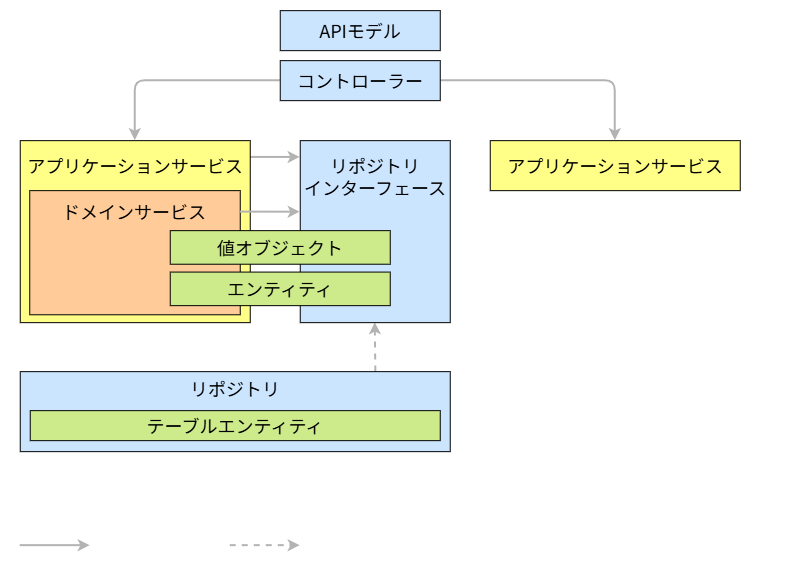
Before: documents/contents/images/app-architecture/client-side-rendering/csr-architecture-dark.png, a diagram exported from draw.io (AlesInfiny/maia). Source tidied: cells renumbered, new cells last; positions are measured from the earlier drawing's top-left corner, leaving out a move shared by most shapes.
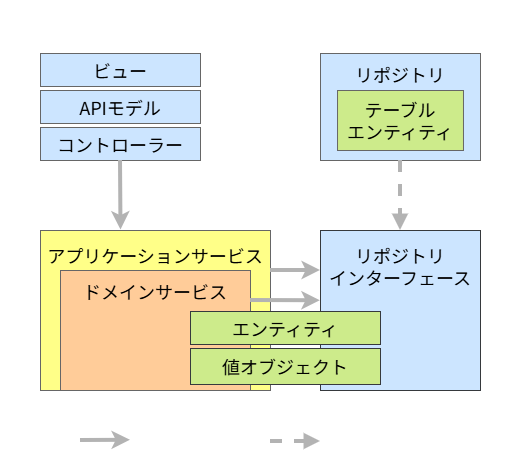
The same diagram one commit later.

The edit, as a diff of the source:
```diff
@@ -2,100 +2,74 @@
   <root>
     <mxCell id="0" />
     <mxCell id="1" parent="0" />
-    <mxCell id="2" value="&lt;font&gt;&lt;span style=&quot;color: rgb(255, 255, 255);&quot;&gt;アプリケーションモジュール A&lt;/span&gt;&lt;br&gt;&lt;/font&gt;" style="rounded=0;whiteSpace=wrap;html=1;fontFamily=Noto Sans JP;fontSize=18;strokeWidth=1;fontSource=https%3A%2F%2Ffonts.googleapis.com%2Fcss%3Ffamily%3DNoto%2BSans%2BJP;fillColor=none;strokeColor=#FFFFFF;spacingTop=8;spacingLeft=0;verticalAlign=bottom;align=center;" parent="1" vertex="1">
-      <mxGeometry y="120" width="470" height="400" as="geometry" />
-    </mxCell>
-    <mxCell id="3" value="&lt;font&gt;&lt;span style=&quot;color: rgb(255, 255, 255);&quot;&gt;アプリケーションモジュール B&lt;/span&gt;&lt;br&gt;&lt;/font&gt;" style="rounded=0;whiteSpace=wrap;html=1;fontFamily=Noto Sans JP;fontSize=18;strokeWidth=1;fontSource=https%3A%2F%2Ffonts.googleapis.com%2Fcss%3Ffamily%3DNoto%2BSans%2BJP;fillColor=none;strokeColor=#FFFFFF;spacingTop=8;spacingLeft=0;verticalAlign=bottom;align=center;" parent="1" vertex="1">
-      <mxGeometry x="480" y="120.6" width="270" height="400" as="geometry" />
-    </mxCell>
-    <mxCell id="4" value="&lt;font style=&quot;color: rgb(255, 255, 255);&quot;&gt;内部構成はアプリケーション&lt;/font&gt;&lt;div&gt;&lt;font style=&quot;color: rgb(255, 255, 255);&quot;&gt;モジュール A と同様&lt;/font&gt;&lt;/div&gt;" style="text;html=1;strokeColor=none;fillColor=none;align=center;verticalAlign=middle;whiteSpace=wrap;rounded=0;fontFamily=Noto Sans JP;fontSize=18;fontColor=#000000;" parent="1" vertex="1">
-      <mxGeometry x="485" y="285" width="260" height="80" as="geometry" />
-    </mxCell>
-    <mxCell id="5" value="&lt;span style=&quot;color: rgb(255, 255, 255);&quot;&gt;…&lt;/span&gt;" style="text;html=1;strokeColor=none;fillColor=none;align=center;verticalAlign=middle;whiteSpace=wrap;rounded=0;fontFamily=Noto Sans JP;fontSize=28;fontColor=#000000;" parent="1" vertex="1">
-      <mxGeometry x="760" y="295" width="40" height="60" as="geometry" />
-    </mxCell>
-    <mxCell id="6" value="&lt;font&gt;&lt;span style=&quot;color: rgb(255, 255, 255);&quot;&gt;アプリケーションコア層&lt;/span&gt;&lt;br&gt;&lt;/font&gt;" style="rounded=0;whiteSpace=wrap;html=1;fontFamily=Noto Sans JP;fontSize=18;strokeWidth=1;fontSource=https%3A%2F%2Ffonts.googleapis.com%2Fcss%3Ffamily%3DNoto%2BSans%2BJP;fillColor=none;strokeColor=#FFFFFF;spacingTop=8;verticalAlign=bottom;align=left;spacingLeft=8;" parent="1" vertex="1">
-      <mxGeometry x="10" y="130" width="450" height="220" as="geometry" />
+    <mxCell id="6" value="&lt;font&gt;&lt;span style=&quot;color: rgb(255, 255, 255);&quot;&gt;アプリケーションコア層&lt;/span&gt;&lt;br&gt;&lt;/font&gt;" style="rounded=0;whiteSpace=wrap;html=1;fontFamily=Noto Sans JP;fontSize=18;strokeWidth=1;fontSource=https%3A%2F%2Ffonts.googleapis.com%2Fcss%3Ffamily%3DNoto%2BSans%2BJP;fillColor=none;strokeColor=#FFFFFF;spacingTop=8;verticalAlign=top;fontColor=#FFFFFF;" parent="1" vertex="1">
+      <mxGeometry x="70" y="400" width="520" height="220" as="geometry" />
     </mxCell>
-    <mxCell id="7" style="edgeStyle=none;html=1;strokeColor=#B3B3B3;strokeWidth=2;" parent="1" edge="1">
-      <mxGeometry relative="1" as="geometry">
-        <mxPoint x="250" y="156.8" as="sourcePoint" />
-        <mxPoint x="300" y="156.8" as="targetPoint" />
-      </mxGeometry>
-    </mxCell>
-    <mxCell id="8" value="&lt;div&gt;&lt;font color=&quot;#000000&quot;&gt;アプリケーションサービス&lt;/font&gt;&lt;/div&gt;" style="rounded=0;whiteSpace=wrap;html=1;fontFamily=Noto Sans JP;fontSize=18;fillColor=#ffff88;strokeColor=#000000;strokeWidth=1;spacingLeft=0;fontSource=https%3A%2F%2Ffonts.googleapis.com%2Fcss%3Ffamily%3DNoto%2BSans%2BJP;align=center;verticalAlign=top;spacingTop=8;" parent="1" vertex="1">
-      <mxGeometry x="20" y="140" width="230" height="182" as="geometry" />
-    </mxCell>
+    <mxCell id="28" value="&lt;div&gt;&lt;font color=&quot;#000000&quot;&gt;アプリケーションサービス&lt;/font&gt;&lt;/div&gt;" style="rounded=0;whiteSpace=wrap;html=1;fontFamily=Noto Sans JP;fontSize=18;fillColor=#ffff88;strokeColor=#666666;strokeWidth=1;spacingLeft=0;fontSource=https%3A%2F%2Ffonts.googleapis.com%2Fcss%3Ffamily%3DNoto%2BSans%2BJP;align=center;verticalAlign=top;spacingTop=8;" parent="1" vertex="1">
+      <mxGeometry x="110" y="440" width="230" height="160" as="geometry" />
+    </mxCell>
-    <mxCell id="9" value="&lt;font&gt;&lt;span style=&quot;color: rgb(255, 255, 255);&quot;&gt;インフラストラクチャ層&lt;/span&gt;&lt;br&gt;&lt;/font&gt;" style="rounded=0;whiteSpace=wrap;html=1;fontFamily=Noto Sans JP;fontSize=18;strokeWidth=1;fontSource=https%3A%2F%2Ffonts.googleapis.com%2Fcss%3Ffamily%3DNoto%2BSans%2BJP;fillColor=none;strokeColor=#FFFFFF;spacingTop=8;verticalAlign=bottom;align=left;spacingLeft=8;" parent="1" vertex="1">
-      <mxGeometry x="10" y="360" width="450" height="124.1" as="geometry" />
+    <mxCell id="9" value="&lt;font&gt;&lt;span style=&quot;color: rgb(255, 255, 255);&quot;&gt;インフラストラクチャ層&lt;/span&gt;&lt;br&gt;&lt;/font&gt;" style="rounded=0;whiteSpace=wrap;html=1;fontFamily=Noto Sans JP;fontSize=18;strokeWidth=1;fontSource=https%3A%2F%2Ffonts.googleapis.com%2Fcss%3Ffamily%3DNoto%2BSans%2BJP;fillColor=none;strokeColor=#FFFFFF;spacingTop=8;verticalAlign=top;fontColor=#FFFFFF;" parent="1" vertex="1">
+      <mxGeometry x="350" y="210" width="240" height="170" as="geometry" />
     </mxCell>
-    <mxCell id="10" value="&lt;font&gt;&lt;span style=&quot;color: rgb(255, 255, 255);&quot;&gt;プレゼンテーション層&lt;/span&gt;&lt;br&gt;&lt;/font&gt;" style="rounded=0;whiteSpace=wrap;html=1;fontFamily=Noto Sans JP;fontSize=18;strokeWidth=1;fontSource=https%3A%2F%2Ffonts.googleapis.com%2Fcss%3Ffamily%3DNoto%2BSans%2BJP;fillColor=none;strokeColor=#FFFFFF;spacingTop=8;verticalAlign=top;align=left;spacingLeft=8;" parent="1" vertex="1">
-      <mxGeometry width="750" height="110" as="geometry" />
+    <mxCell id="10" value="&lt;font&gt;&lt;span style=&quot;color: rgb(255, 255, 255);&quot;&gt;プレゼンテーション層&lt;/span&gt;&lt;br&gt;&lt;/font&gt;" style="rounded=0;whiteSpace=wrap;html=1;fontFamily=Noto Sans JP;fontSize=18;strokeWidth=1;fontSource=https%3A%2F%2Ffonts.googleapis.com%2Fcss%3Ffamily%3DNoto%2BSans%2BJP;fillColor=none;strokeColor=#FFFFFF;spacingTop=8;verticalAlign=top;fontColor=#FFFFFF;" parent="1" vertex="1">
+      <mxGeometry x="70" y="210" width="240" height="170" as="geometry" />
     </mxCell>
-    <mxCell id="11" value="&lt;div&gt;&lt;font color=&quot;#000000&quot;&gt;ドメインサービス&lt;/font&gt;&lt;/div&gt;" style="rounded=0;whiteSpace=wrap;html=1;fontFamily=Noto Sans JP;fontSize=18;fillColor=#ffcc99;strokeColor=#000000;strokeWidth=1;spacingLeft=0;fontSource=https%3A%2F%2Ffonts.googleapis.com%2Fcss%3Ffamily%3DNoto%2BSans%2BJP;align=center;verticalAlign=top;spacingTop=4;" parent="1" vertex="1">
-      <mxGeometry x="29.5" y="190" width="210.5" height="124.1" as="geometry" />
+    <mxCell id="11" value="&lt;div&gt;&lt;font color=&quot;#000000&quot;&gt;ドメインサービス&lt;/font&gt;&lt;/div&gt;" style="rounded=0;whiteSpace=wrap;html=1;fontFamily=Noto Sans JP;fontSize=18;fillColor=#ffcc99;strokeColor=#666666;strokeWidth=1;spacingLeft=0;fontSource=https%3A%2F%2Ffonts.googleapis.com%2Fcss%3Ffamily%3DNoto%2BSans%2BJP;align=center;verticalAlign=top;spacingTop=4;" parent="1" vertex="1">
+      <mxGeometry x="130" y="480" width="190" height="120" as="geometry" />
     </mxCell>
-    <mxCell id="12" style="edgeStyle=none;html=1;entryX=0.5;entryY=1;entryDx=0;entryDy=0;exitX=0.827;exitY=0.004;exitDx=0;exitDy=0;exitPerimeter=0;strokeColor=#B3B3B3;strokeWidth=2;dashed=1;" parent="1" edge="1" source="13" target="14">
-      <mxGeometry relative="1" as="geometry" />
-    </mxCell>
-    <mxCell id="13" value="&lt;font color=&quot;#000000&quot;&gt;リポジトリ&lt;br&gt;&lt;/font&gt;" style="rounded=0;whiteSpace=wrap;html=1;fontFamily=Noto Sans JP;fontSize=18;fillColor=#cce5ff;strokeColor=#000000;strokeWidth=1;spacingLeft=0;fontSource=https%3A%2F%2Ffonts.googleapis.com%2Fcss%3Ffamily%3DNoto%2BSans%2BJP;verticalAlign=top;" parent="1" vertex="1">
-      <mxGeometry x="20" y="371" width="430" height="80" as="geometry" />
+    <mxCell id="13" value="&lt;font color=&quot;#000000&quot;&gt;リポジトリ&lt;br&gt;&lt;br&gt;&lt;br&gt;&lt;br&gt;&lt;/font&gt;" style="rounded=0;whiteSpace=wrap;html=1;fontFamily=Noto Sans JP;fontSize=18;fillColor=#cce5ff;strokeColor=#666666;strokeWidth=1;spacingLeft=0;fontSource=https%3A%2F%2Ffonts.googleapis.com%2Fcss%3Ffamily%3DNoto%2BSans%2BJP;" parent="1" vertex="1">
+      <mxGeometry x="390" y="263" width="160" height="107" as="geometry" />
     </mxCell>
-    <mxCell id="14" value="&lt;font color=&quot;#000000&quot;&gt;リポジトリ&lt;br&gt;インターフェース&lt;br&gt;&lt;/font&gt;" style="rounded=0;whiteSpace=wrap;html=1;fontFamily=Noto Sans JP;fontSize=18;fillColor=#cce5ff;strokeColor=#000000;strokeWidth=1;spacingLeft=0;fontSource=https%3A%2F%2Ffonts.googleapis.com%2Fcss%3Ffamily%3DNoto%2BSans%2BJP;verticalAlign=top;spacingTop=8;" parent="1" vertex="1">
-      <mxGeometry x="300" y="140" width="150" height="182" as="geometry" />
+    <mxCell id="14" value="&lt;font color=&quot;#000000&quot;&gt;リポジトリ&lt;br&gt;インターフェース&lt;br&gt;&lt;/font&gt;" style="rounded=0;whiteSpace=wrap;html=1;fontFamily=Noto Sans JP;fontSize=18;fillColor=#cce5ff;strokeColor=#36393d;strokeWidth=1;spacingLeft=0;fontSource=https%3A%2F%2Ffonts.googleapis.com%2Fcss%3Ffamily%3DNoto%2BSans%2BJP;verticalAlign=top;spacingTop=8;" parent="1" vertex="1">
+      <mxGeometry x="390" y="440" width="160" height="160" as="geometry" />
     </mxCell>
-    <mxCell id="15" style="edgeStyle=orthogonalEdgeStyle;html=1;strokeColor=#B3B3B3;exitX=0;exitY=0.5;exitDx=0;exitDy=0;entryX=0.5;entryY=0;entryDx=0;entryDy=0;strokeWidth=2;" parent="1" edge="1" source="17" target="8">
-      <mxGeometry relative="1" as="geometry">
-        <Array as="points">
-          <mxPoint x="135" y="80" />
-        </Array>
-      </mxGeometry>
-    </mxCell>
-    <mxCell id="16" style="edgeStyle=orthogonalEdgeStyle;html=1;strokeColor=#B3B3B3;strokeWidth=2;" parent="1" edge="1" source="17" target="22">
-      <mxGeometry relative="1" as="geometry">
-        <Array as="points">
-          <mxPoint x="615" y="80" />
-        </Array>
-      </mxGeometry>
-    </mxCell>
-    <mxCell id="17" value="&lt;font color=&quot;#000000&quot;&gt;コントローラー&lt;/font&gt;" style="rounded=0;whiteSpace=wrap;html=1;fontFamily=Noto Sans JP;fontSize=18;fillColor=#cce5ff;strokeColor=#000000;strokeWidth=1;spacingLeft=0;fontSource=https%3A%2F%2Ffonts.googleapis.com%2Fcss%3Ffamily%3DNoto%2BSans%2BJP;" parent="1" vertex="1">
-      <mxGeometry x="280" y="60" width="160" height="40" as="geometry" />
+    <mxCell id="17" value="&lt;font color=&quot;#000000&quot;&gt;コントローラー&lt;/font&gt;" style="rounded=0;whiteSpace=wrap;html=1;fontFamily=Noto Sans JP;fontSize=18;fillColor=#cce5ff;strokeColor=#666666;strokeWidth=1;spacingLeft=0;fontSource=https%3A%2F%2Ffonts.googleapis.com%2Fcss%3Ffamily%3DNoto%2BSans%2BJP;" parent="1" vertex="1">
+      <mxGeometry x="110" y="337" width="160" height="33" as="geometry" />
     </mxCell>
-    <mxCell id="18" value="APIモデル" style="rounded=0;whiteSpace=wrap;html=1;fontFamily=Noto Sans JP;fontSize=18;fillColor=#cce5ff;strokeColor=#000000;strokeWidth=1;spacingLeft=0;fontSource=https%3A%2F%2Ffonts.googleapis.com%2Fcss%3Ffamily%3DNoto%2BSans%2BJP;" parent="1" vertex="1">
-      <mxGeometry x="280" y="10" width="160" height="40" as="geometry" />
+    <mxCell id="18" value="APIモデル" style="rounded=0;whiteSpace=wrap;html=1;fontFamily=Noto Sans JP;fontSize=18;fillColor=#cce5ff;strokeColor=#666666;strokeWidth=1;spacingLeft=0;fontSource=https%3A%2F%2Ffonts.googleapis.com%2Fcss%3Ffamily%3DNoto%2BSans%2BJP;" parent="1" vertex="1">
+      <mxGeometry x="110" y="300" width="160" height="33" as="geometry" />
     </mxCell>
-    <mxCell id="19" value="&lt;font color=&quot;#000000&quot;&gt;テーブルエンティティ&lt;/font&gt;" style="rounded=0;whiteSpace=wrap;html=1;fontFamily=Noto Sans JP;fontSize=18;fillColor=#cdeb8b;strokeColor=#000000;strokeWidth=1;spacingLeft=0;fontSource=https%3A%2F%2Ffonts.googleapis.com%2Fcss%3Ffamily%3DNoto%2BSans%2BJP;" parent="1" vertex="1">
-      <mxGeometry x="30" y="410" width="410" height="30" as="geometry" />
-    </mxCell>
+    <mxCell id="29" value="&lt;font color=&quot;#000000&quot;&gt;テーブル&lt;br&gt;エンティティ&lt;/font&gt;" style="rounded=0;whiteSpace=wrap;html=1;fontFamily=Noto Sans JP;fontSize=18;fillColor=#cdeb8b;strokeColor=#666666;strokeWidth=1;spacingLeft=0;fontSource=https%3A%2F%2Ffonts.googleapis.com%2Fcss%3Ffamily%3DNoto%2BSans%2BJP;" parent="1" vertex="1">
+      <mxGeometry x="407" y="300" width="126" height="60" as="geometry" />
+    </mxCell>
+    <mxCell id="30" style="edgeStyle=none;sketch=0;html=1;exitX=0.5;exitY=1;exitDx=0;exitDy=0;shadow=0;fontColor=#000000;endArrow=classic;endFill=1;strokeColor=#B3B3B3;strokeWidth=4;entryX=0.35;entryY=-0.003;entryDx=0;entryDy=0;entryPerimeter=0;" parent="1" edge="1" source="17" target="28">
+      <mxGeometry relative="1" as="geometry" />
+    </mxCell>
+    <mxCell id="12" style="edgeStyle=none;sketch=0;html=1;exitX=0.5;exitY=1;exitDx=0;exitDy=0;shadow=0;fontColor=#000000;endArrow=block;endFill=1;strokeColor=#B3B3B3;strokeWidth=4;dashed=1;" parent="1" edge="1" source="13" target="14">
+      <mxGeometry relative="1" as="geometry" />
+    </mxCell>
+    <mxCell id="25" value="依存関係" style="text;html=1;strokeColor=none;fillColor=none;align=left;verticalAlign=middle;whiteSpace=wrap;rounded=0;fontFamily=Noto Sans JP;fontSource=https%3A%2F%2Ffonts.googleapis.com%2Fcss%3Ffamily%3DNoto%2BSans%2BJP;fontSize=18;fontColor=#FFFFFF;" parent="1" vertex="1">
+      <mxGeometry x="210" y="630" width="90" height="40" as="geometry" />
+    </mxCell>
+    <mxCell id="31" style="edgeStyle=none;sketch=0;html=1;shadow=0;fontColor=#000000;endArrow=classic;endFill=1;strokeColor=#B3B3B3;strokeWidth=4;" parent="1" edge="1">
+      <mxGeometry relative="1" as="geometry">
+        <mxPoint x="150" y="650" as="sourcePoint" />
+        <mxPoint x="200" y="649.8" as="targetPoint" />
+      </mxGeometry>
+    </mxCell>
+    <mxCell id="27" value="実装関係" style="text;html=1;strokeColor=none;fillColor=none;align=left;verticalAlign=middle;whiteSpace=wrap;rounded=0;fontFamily=Noto Sans JP;fontSource=https%3A%2F%2Ffonts.googleapis.com%2Fcss%3Ffamily%3DNoto%2BSans%2BJP;fontSize=18;fontColor=#FFFFFF;" parent="1" vertex="1">
+      <mxGeometry x="398.4" y="630" width="90" height="40" as="geometry" />
+    </mxCell>
+    <mxCell id="32" style="edgeStyle=none;sketch=0;html=1;shadow=0;fontColor=#000000;endArrow=block;endFill=1;strokeColor=#B3B3B3;strokeWidth=4;dashed=1;" parent="1" edge="1">
+      <mxGeometry relative="1" as="geometry">
+        <mxPoint x="340" y="651" as="sourcePoint" />
+        <mxPoint x="390" y="651" as="targetPoint" />
+      </mxGeometry>
+    </mxCell>
+    <mxCell id="23" style="edgeStyle=none;sketch=0;html=1;shadow=0;fontColor=#000000;endArrow=classic;endFill=1;strokeColor=#B3B3B3;strokeWidth=4;exitX=1;exitY=0.25;exitDx=0;exitDy=0;entryX=-0.001;entryY=0.439;entryDx=0;entryDy=0;entryPerimeter=0;" parent="1" edge="1" source="11" target="14">
+      <mxGeometry relative="1" as="geometry" />
+    </mxCell>
+    <mxCell id="33" style="edgeStyle=none;sketch=0;html=1;exitX=1;exitY=0.25;exitDx=0;exitDy=0;shadow=0;fontColor=#000000;endArrow=classic;endFill=1;strokeColor=#B3B3B3;strokeWidth=4;entryX=0;entryY=0.25;entryDx=0;entryDy=0;" parent="1" edge="1" source="28" target="14">
+      <mxGeometry relative="1" as="geometry" />
+    </mxCell>
-    <mxCell id="20" value="値オブジェクト" style="rounded=0;whiteSpace=wrap;html=1;fontFamily=Noto Sans JP;fontSize=18;fillColor=#cdeb8b;strokeColor=#000000;strokeWidth=1;spacingLeft=0;fontSource=https%3A%2F%2Ffonts.googleapis.com%2Fcss%3Ffamily%3DNoto%2BSans%2BJP;" parent="1" vertex="1">
-      <mxGeometry x="170" y="230" width="220" height="33.6" as="geometry" />
+    <mxCell id="20" value="値オブジェクト" style="rounded=0;whiteSpace=wrap;html=1;fontFamily=Noto Sans JP;fontSize=18;fillColor=#cdeb8b;strokeColor=#36393D;strokeWidth=1;spacingLeft=0;fontSource=https%3A%2F%2Ffonts.googleapis.com%2Fcss%3Ffamily%3DNoto%2BSans%2BJP;" parent="1" vertex="1">
+      <mxGeometry x="260" y="558" width="190" height="36" as="geometry" />
     </mxCell>
-    <mxCell id="21" value="エンティティ" style="rounded=0;whiteSpace=wrap;html=1;fontFamily=Noto Sans JP;fontSize=18;fillColor=#cdeb8b;strokeColor=#000000;strokeWidth=1;spacingLeft=0;fontSource=https%3A%2F%2Ffonts.googleapis.com%2Fcss%3Ffamily%3DNoto%2BSans%2BJP;" parent="1" vertex="1">
-      <mxGeometry x="170" y="271.4" width="220" height="33.6" as="geometry" />
+    <mxCell id="21" value="エンティティ" style="rounded=0;whiteSpace=wrap;html=1;fontFamily=Noto Sans JP;fontSize=18;fillColor=#cdeb8b;strokeColor=#36393D;strokeWidth=1;spacingLeft=0;fontSource=https%3A%2F%2Ffonts.googleapis.com%2Fcss%3Ffamily%3DNoto%2BSans%2BJP;" parent="1" vertex="1">
+      <mxGeometry x="260" y="521" width="190" height="33" as="geometry" />
     </mxCell>
-    <mxCell id="22" value="&lt;div&gt;&lt;font color=&quot;#000000&quot;&gt;アプリケーションサービス&lt;/font&gt;&lt;/div&gt;" style="rounded=0;whiteSpace=wrap;html=1;fontFamily=Noto Sans JP;fontSize=18;fillColor=#ffff88;strokeColor=#000000;strokeWidth=1;spacingLeft=0;fontSource=https%3A%2F%2Ffonts.googleapis.com%2Fcss%3Ffamily%3DNoto%2BSans%2BJP;align=center;verticalAlign=top;spacingTop=8;" parent="1" vertex="1">
-      <mxGeometry x="490" y="140" width="250" height="50" as="geometry" />
-    </mxCell>
-    <mxCell id="23" style="edgeStyle=none;html=1;entryX=0;entryY=0.393;entryDx=0;entryDy=0;entryPerimeter=0;exitX=1.001;exitY=0.173;exitDx=0;exitDy=0;exitPerimeter=0;strokeColor=#B3B3B3;strokeWidth=2;" parent="1" edge="1" source="11" target="14">
-      <mxGeometry relative="1" as="geometry" />
-    </mxCell>
-    <mxCell id="24" style="html=1;strokeColor=#B3B3B3;strokeWidth=2;" parent="1" edge="1">
-      <mxGeometry relative="1" as="geometry">
-        <mxPoint x="20" y="545" as="sourcePoint" />
-        <mxPoint x="90" y="545" as="targetPoint" />
-      </mxGeometry>
-    </mxCell>
-    <mxCell id="25" value="&lt;font style=&quot;color: rgb(255, 255, 255);&quot;&gt;依存関係&lt;/font&gt;" style="text;html=1;strokeColor=none;fillColor=none;align=left;verticalAlign=middle;whiteSpace=wrap;rounded=0;fontFamily=Noto Sans JP;fontSize=16;fontColor=#000000;" parent="1" vertex="1">
-      <mxGeometry x="100" y="530" width="110" height="30" as="geometry" />
-    </mxCell>
-    <mxCell id="26" style="html=1;strokeColor=#B3B3B3;strokeWidth=2;dashed=1;" parent="1" edge="1">
-      <mxGeometry relative="1" as="geometry">
-        <mxPoint x="230" y="545" as="sourcePoint" />
-        <mxPoint x="300" y="545" as="targetPoint" />
-      </mxGeometry>
-    </mxCell>
-    <mxCell id="27" value="&lt;font style=&quot;color: rgb(255, 255, 255);&quot;&gt;実装関係&lt;/font&gt;" style="text;html=1;strokeColor=none;fillColor=none;align=left;verticalAlign=middle;whiteSpace=wrap;rounded=0;fontFamily=Noto Sans JP;fontSize=16;fontColor=#000000;" parent="1" vertex="1">
-      <mxGeometry x="310" y="530" width="110" height="30" as="geometry" />
-    </mxCell>
+    <mxCell id="34" value="&lt;font color=&quot;#000000&quot;&gt;ビュー&lt;/font&gt;" style="rounded=0;whiteSpace=wrap;html=1;fontFamily=Noto Sans JP;fontSize=18;fillColor=#cce5ff;strokeColor=#666666;strokeWidth=1;spacingLeft=0;fontSource=https%3A%2F%2Ffonts.googleapis.com%2Fcss%3Ffamily%3DNoto%2BSans%2BJP;" parent="1" vertex="1">
+      <mxGeometry x="110" y="263" width="160" height="33" as="geometry" />
+    </mxCell>
   </root>
 </mxGraphModel>
```
